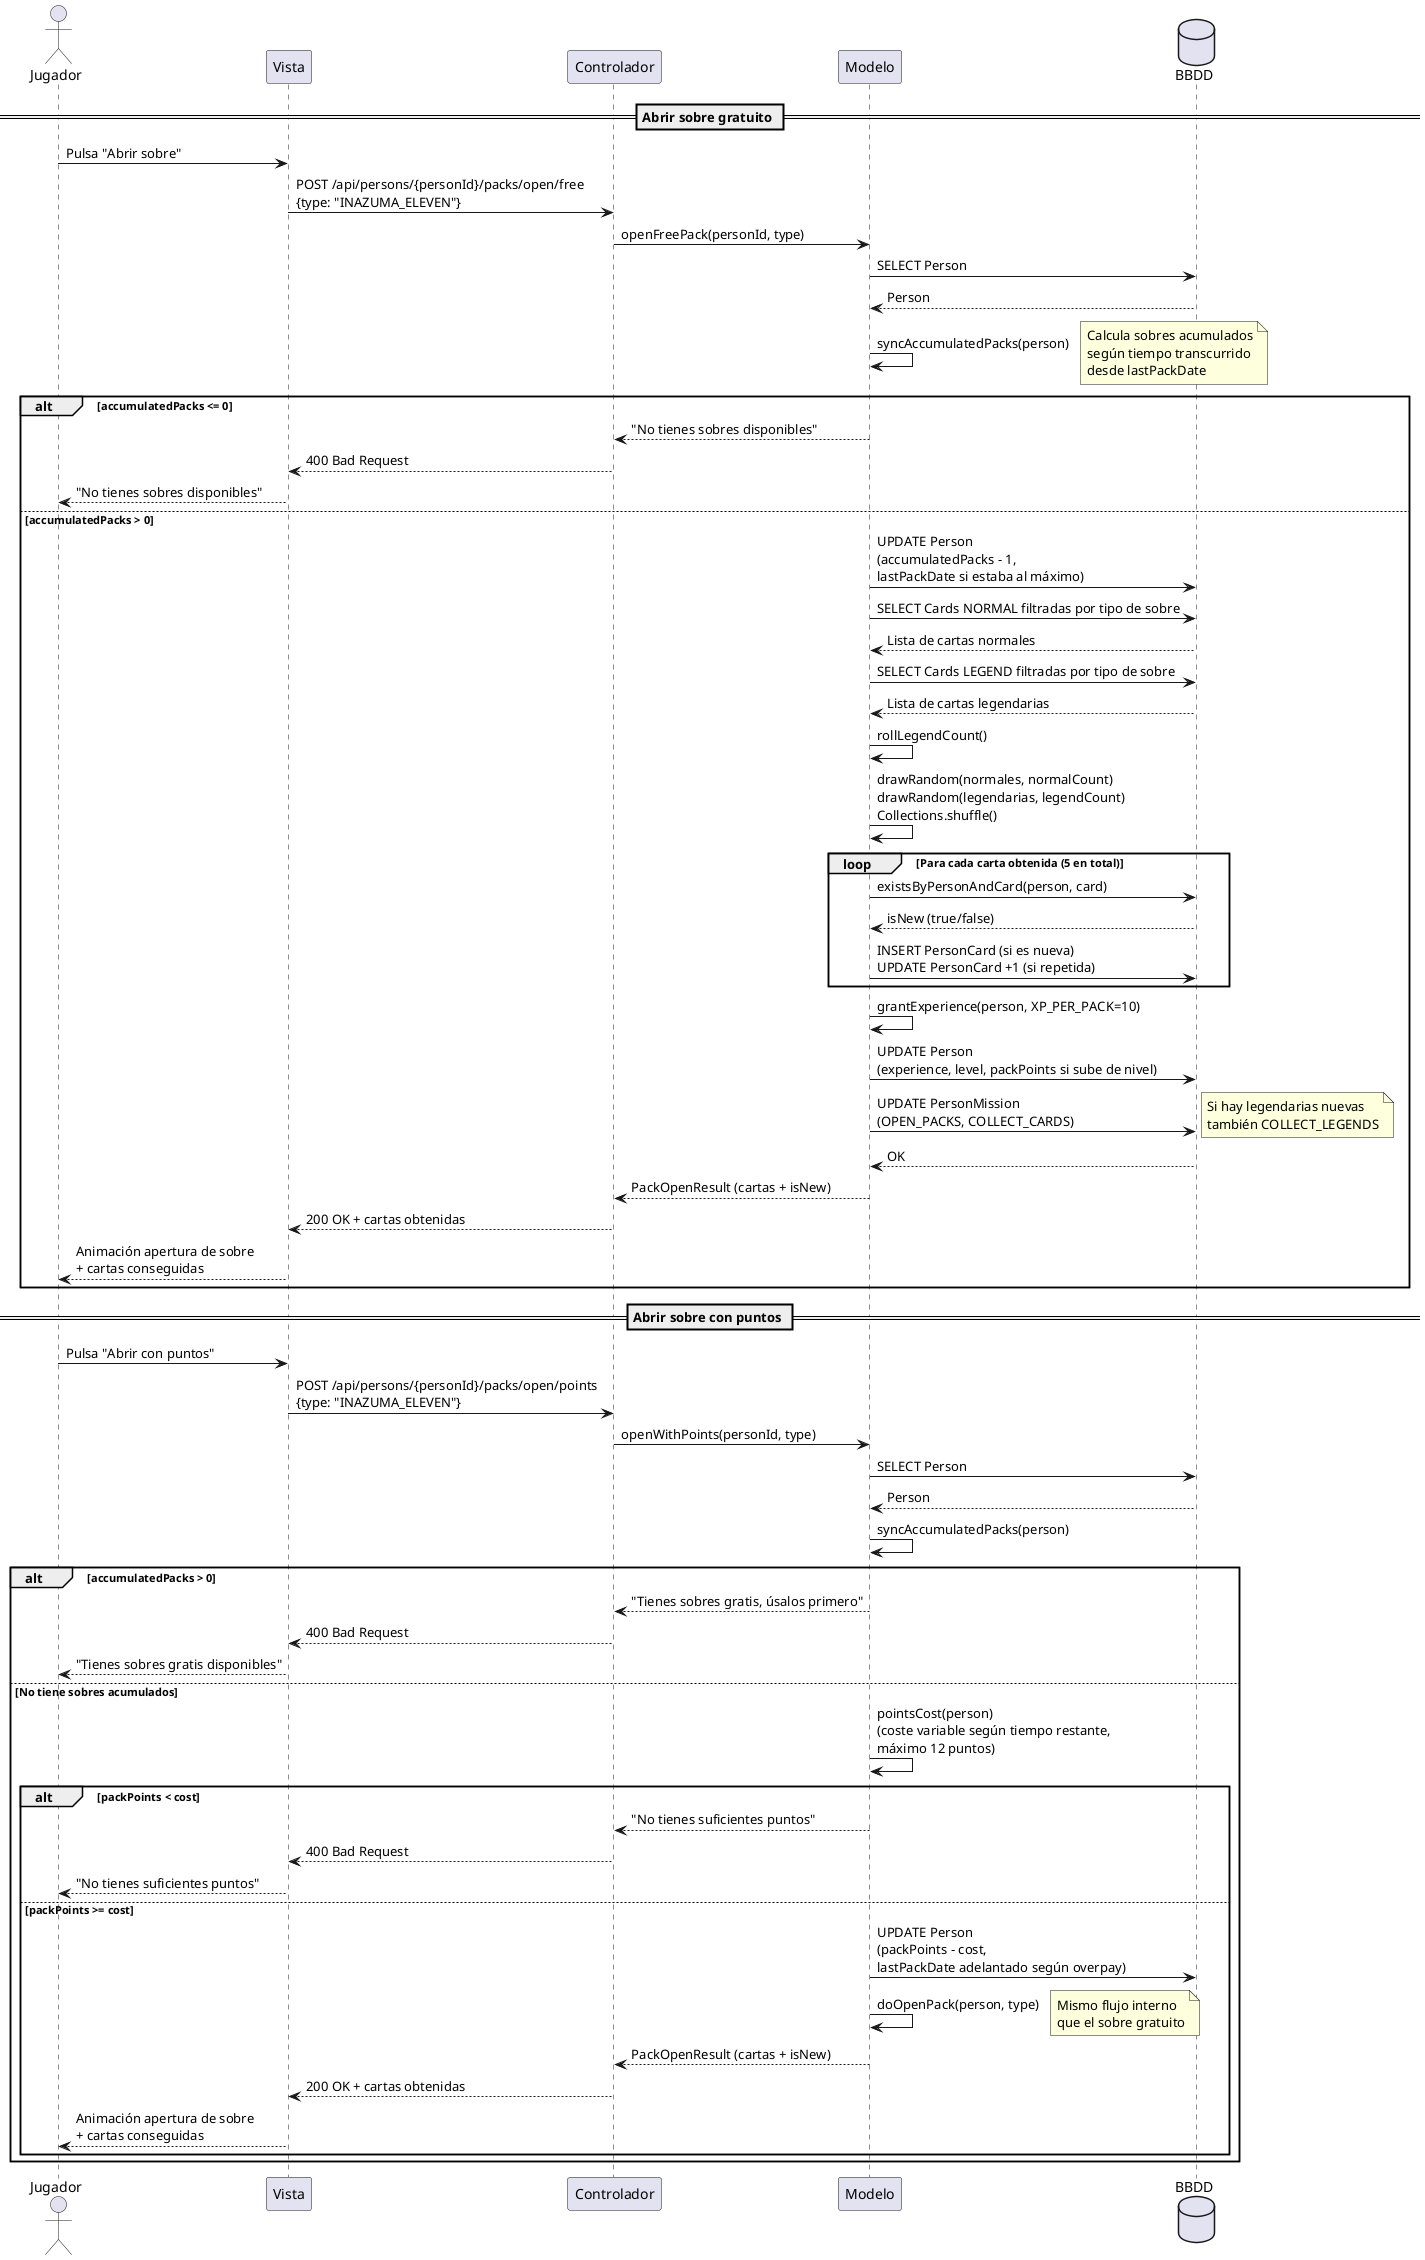
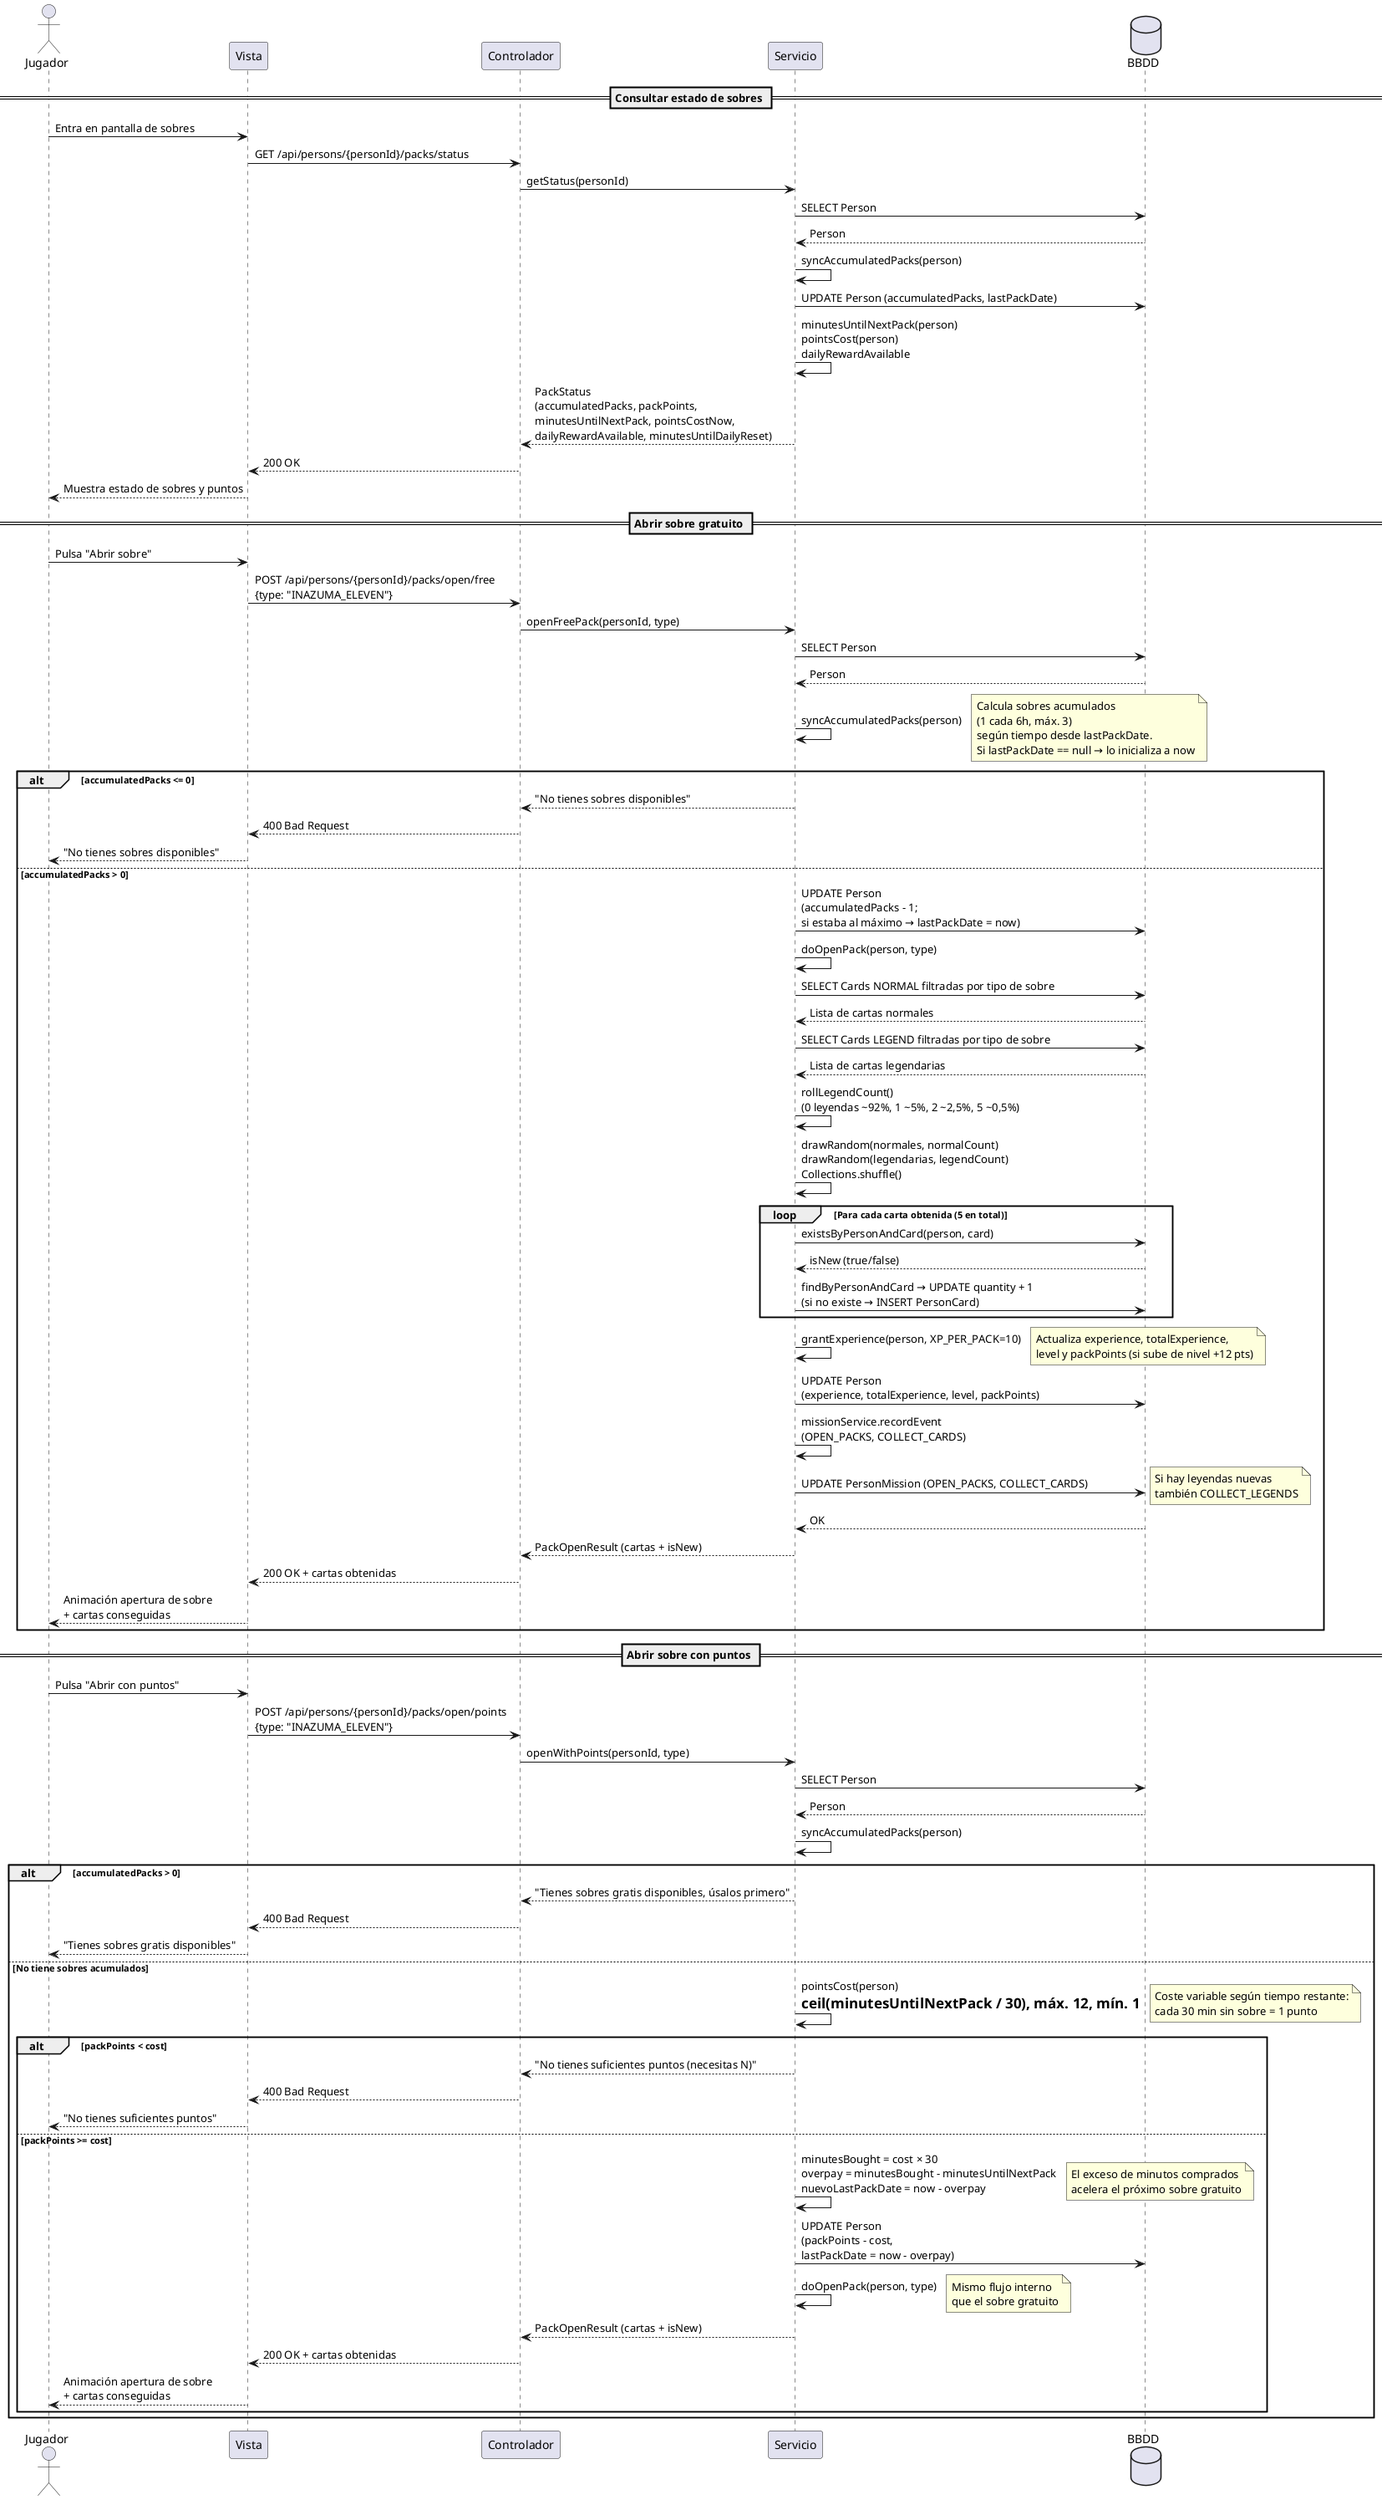
@startuml

actor "Jugador" as J
participant "Vista" as V
participant "Controlador" as C
- participant "Modelo" as M
+ participant "Servicio" as S
database "BBDD" as DB
+ 
+ == Consultar estado de sobres ==
+ 
+ J -> V: Entra en pantalla de sobres
+ V -> C: GET /api/persons/{personId}/packs/status
+ C -> S: getStatus(personId)
+ S -> DB: SELECT Person
+ DB --> S: Person
+ S -> S: syncAccumulatedPacks(person)
+ S -> DB: UPDATE Person (accumulatedPacks, lastPackDate)
+ S -> S: minutesUntilNextPack(person)\npointsCost(person)\ndailyRewardAvailable
+ S --> C: PackStatus\n(accumulatedPacks, packPoints,\nminutesUntilNextPack, pointsCostNow,\ndailyRewardAvailable, minutesUntilDailyReset)
+ C --> V: 200 OK
+ V --> J: Muestra estado de sobres y puntos

== Abrir sobre gratuito ==

J -> V: Pulsa "Abrir sobre"
V -> C: POST /api/persons/{personId}/packs/open/free\n{type: "INAZUMA_ELEVEN"}
- C -> M: openFreePack(personId, type)
- M -> DB: SELECT Person
- DB --> M: Person
+ C -> S: openFreePack(personId, type)
+ S -> DB: SELECT Person
+ DB --> S: Person

- M -> M: syncAccumulatedPacks(person)
- note right: Calcula sobres acumulados\nsegún tiempo transcurrido\ndesde lastPackDate
+ S -> S: syncAccumulatedPacks(person)
+ note right: Calcula sobres acumulados\n(1 cada 6h, máx. 3)\nsegún tiempo desde lastPackDate.\nSi lastPackDate == null → lo inicializa a now

alt accumulatedPacks <= 0
-   M --> C: "No tienes sobres disponibles"
+   S --> C: "No tienes sobres disponibles"
  C --> V: 400 Bad Request
  V --> J: "No tienes sobres disponibles"

else accumulatedPacks > 0
-   M -> DB: UPDATE Person\n(accumulatedPacks - 1,\nlastPackDate si estaba al máximo)
+   S -> DB: UPDATE Person\n(accumulatedPacks - 1;\nsi estaba al máximo → lastPackDate = now)

-   M -> DB: SELECT Cards NORMAL filtradas por tipo de sobre
-   DB --> M: Lista de cartas normales
-   M -> DB: SELECT Cards LEGEND filtradas por tipo de sobre
-   DB --> M: Lista de cartas legendarias
+   S -> S: doOpenPack(person, type)
+   S -> DB: SELECT Cards NORMAL filtradas por tipo de sobre
+   DB --> S: Lista de cartas normales
+   S -> DB: SELECT Cards LEGEND filtradas por tipo de sobre
+   DB --> S: Lista de cartas legendarias

-   M -> M: rollLegendCount()
-   M -> M: drawRandom(normales, normalCount)\ndrawRandom(legendarias, legendCount)\nCollections.shuffle()
+   S -> S: rollLegendCount()\n(0 leyendas ~92%, 1 ~5%, 2 ~2,5%, 5 ~0,5%)
+   S -> S: drawRandom(normales, normalCount)\ndrawRandom(legendarias, legendCount)\nCollections.shuffle()

  loop Para cada carta obtenida (5 en total)
-     M -> DB: existsByPersonAndCard(person, card)
-     DB --> M: isNew (true/false)
-     M -> DB: INSERT PersonCard (si es nueva)\nUPDATE PersonCard +1 (si repetida)
+     S -> DB: existsByPersonAndCard(person, card)
+     DB --> S: isNew (true/false)
+     S -> DB: findByPersonAndCard → UPDATE quantity + 1\n(si no existe → INSERT PersonCard)
  end

-   M -> M: grantExperience(person, XP_PER_PACK=10)
-   M -> DB: UPDATE Person\n(experience, level, packPoints si sube de nivel)
-   M -> DB: UPDATE PersonMission\n(OPEN_PACKS, COLLECT_CARDS)
-   note right: Si hay legendarias nuevas\ntambién COLLECT_LEGENDS
-   DB --> M: OK
-   M --> C: PackOpenResult (cartas + isNew)
+   S -> S: grantExperience(person, XP_PER_PACK=10)
+   note right: Actualiza experience, totalExperience,\nlevel y packPoints (si sube de nivel +12 pts)
+   S -> DB: UPDATE Person\n(experience, totalExperience, level, packPoints)
+ 
+   S -> S: missionService.recordEvent\n(OPEN_PACKS, COLLECT_CARDS)
+   S -> DB: UPDATE PersonMission (OPEN_PACKS, COLLECT_CARDS)
+   note right: Si hay leyendas nuevas\ntambién COLLECT_LEGENDS
+   DB --> S: OK
+   S --> C: PackOpenResult (cartas + isNew)
  C --> V: 200 OK + cartas obtenidas
  V --> J: Animación apertura de sobre\n+ cartas conseguidas
end

== Abrir sobre con puntos ==

J -> V: Pulsa "Abrir con puntos"
V -> C: POST /api/persons/{personId}/packs/open/points\n{type: "INAZUMA_ELEVEN"}
- C -> M: openWithPoints(personId, type)
- M -> DB: SELECT Person
- DB --> M: Person
+ C -> S: openWithPoints(personId, type)
+ S -> DB: SELECT Person
+ DB --> S: Person

- M -> M: syncAccumulatedPacks(person)
+ S -> S: syncAccumulatedPacks(person)

alt accumulatedPacks > 0
-   M --> C: "Tienes sobres gratis, úsalos primero"
+   S --> C: "Tienes sobres gratis disponibles, úsalos primero"
  C --> V: 400 Bad Request
  V --> J: "Tienes sobres gratis disponibles"

else No tiene sobres acumulados
-   M -> M: pointsCost(person)\n(coste variable según tiempo restante,\nmáximo 12 puntos)
+   S -> S: pointsCost(person)\n= ceil(minutesUntilNextPack / 30), máx. 12, mín. 1
+   note right: Coste variable según tiempo restante:\ncada 30 min sin sobre = 1 punto

  alt packPoints < cost
-     M --> C: "No tienes suficientes puntos"
+     S --> C: "No tienes suficientes puntos (necesitas N)"
    C --> V: 400 Bad Request
    V --> J: "No tienes suficientes puntos"

  else packPoints >= cost
-     M -> DB: UPDATE Person\n(packPoints - cost,\nlastPackDate adelantado según overpay)
-     M -> M: doOpenPack(person, type)
+     S -> S: minutesBought = cost × 30\noverpay = minutesBought - minutesUntilNextPack\nnuevoLastPackDate = now - overpay
+     note right: El exceso de minutos comprados\nacelera el próximo sobre gratuito
+     S -> DB: UPDATE Person\n(packPoints - cost,\nlastPackDate = now - overpay)
+ 
+     S -> S: doOpenPack(person, type)
    note right: Mismo flujo interno\nque el sobre gratuito
-     M --> C: PackOpenResult (cartas + isNew)
+     S --> C: PackOpenResult (cartas + isNew)
    C --> V: 200 OK + cartas obtenidas
    V --> J: Animación apertura de sobre\n+ cartas conseguidas
  end
end

- @enduml+ @enduml
